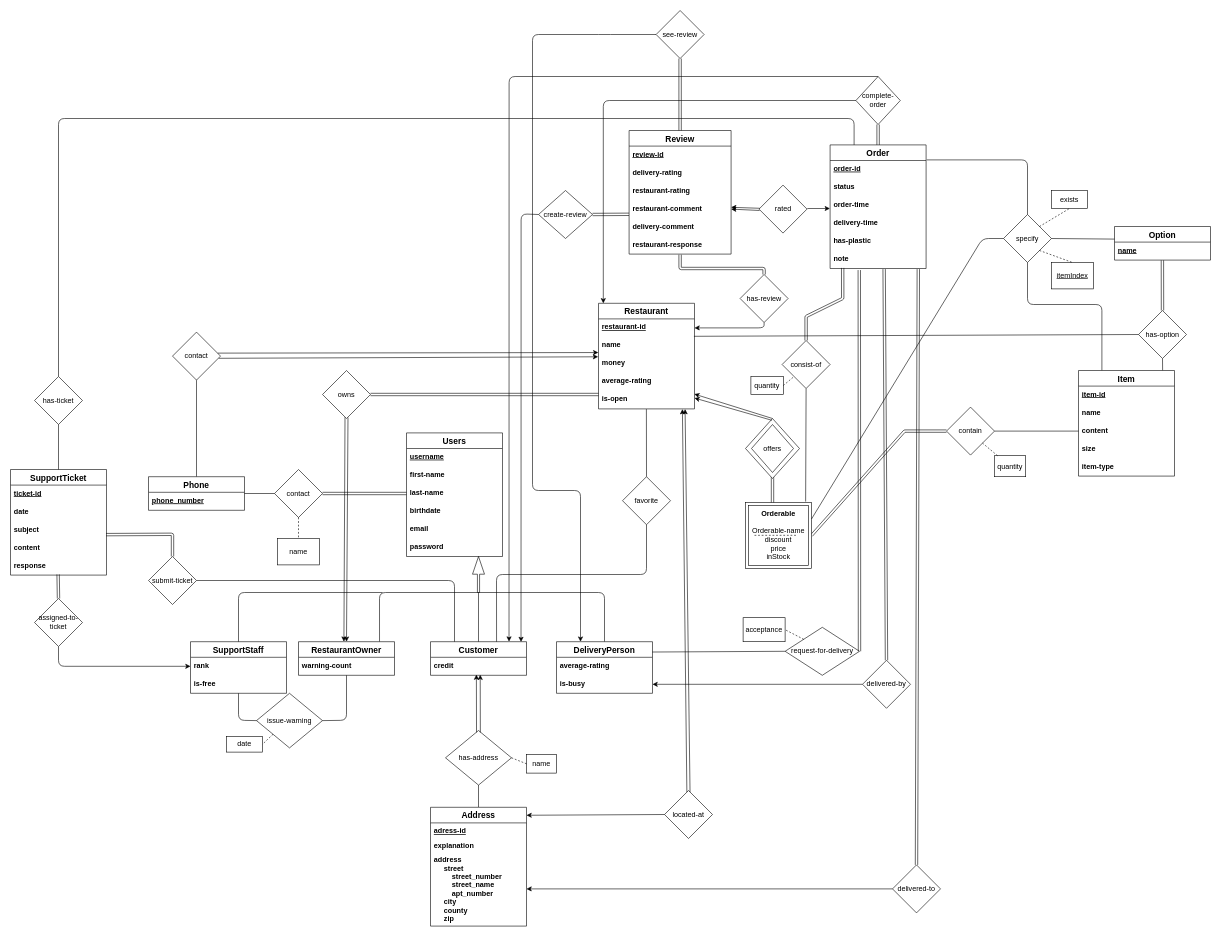
Earlier version of the draw.io diagram Proposal/FoodOrderDeliverySystemERDiagram.drawio (Bozcomlekci/CS353-Project). Source tidied: cells renumbered, new cells numbered last; positions are measured from the earlier drawing's top-left corner, leaving out a move shared by most shapes. Both pictures are drawn from the tidied source at 60%, with x=0, y=0 at pixel (10, 10).
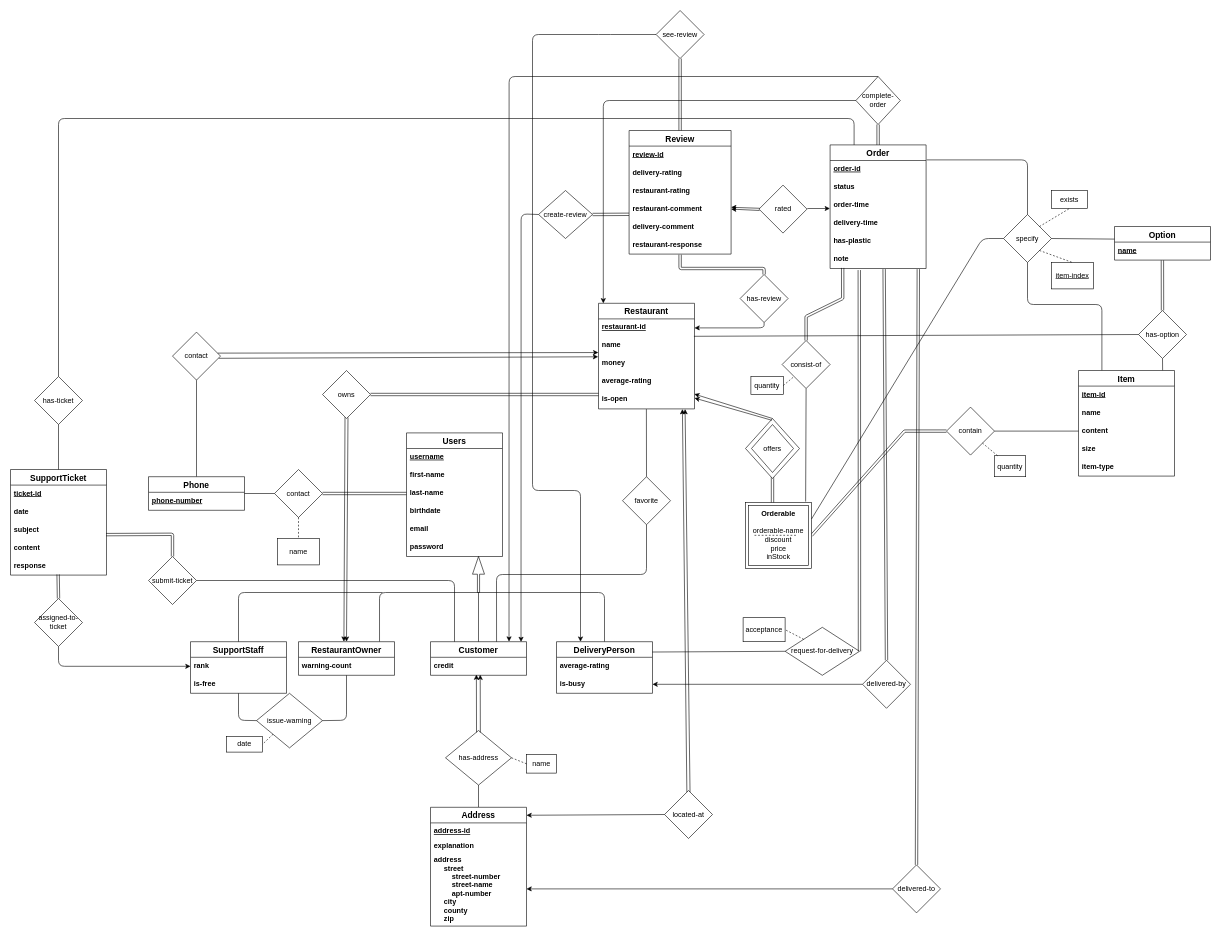
The same page after the edit.

Commit message (it also covers changes not shown here):
fix typos in er diagram

The change refers to these unchanged cells:
```xml
<mxCell id="61" value="Address" style="swimlane;fontStyle=1;horizontal=1;startSize=26;align=center;fontSize=14;" parent="1" vertex="1">
  <mxGeometry x="700" y="1328" width="160" height="198" as="geometry" />
</mxCell>
<mxCell id="65" value="Phone" style="swimlane;fontStyle=1;horizontal=1;startSize=26;align=center;fontSize=14;" parent="1" vertex="1">
  <mxGeometry x="230" y="777" width="160" height="56" as="geometry" />
</mxCell>
<mxCell id="84" style="group;" parent="1" vertex="1">
  <mxGeometry x="1225" y="820" width="125" height="110" as="geometry" />
</mxCell>
```

The edit, as a diff of the source:
```diff
@@
-    <mxCell id="62" value="adress-id" style="text;strokeColor=none;fillColor=none;spacingLeft=4;spacingRight=4;overflow=hidden;fontSize=12;fontStyle=5;" parent="61" vertex="1">
+    <mxCell id="62" value="address-id" style="text;strokeColor=none;fillColor=none;spacingLeft=4;spacingRight=4;overflow=hidden;fontSize=12;fontStyle=5;" parent="61" vertex="1">
       <mxGeometry y="26" width="160" height="24" as="geometry" />
     </mxCell>
@@
-    <mxCell id="64" value="address&#10;     street&#10;         street_number&#10;         street_name&#10;         apt_number&#10;     city&#10;     county&#10;     zip&#10;" style="text;strokeColor=none;fillColor=none;spacingLeft=4;spacingRight=4;overflow=hidden;points=[[0,0.5],[1,0.5]];portConstraint=eastwest;fontSize=12;fontStyle=1;" parent="61" vertex="1">
+    <mxCell id="64" value="address&#10;     street&#10;         street-number&#10;         street-name&#10;         apt-number&#10;     city&#10;     county&#10;     zip&#10;" style="text;strokeColor=none;fillColor=none;spacingLeft=4;spacingRight=4;overflow=hidden;points=[[0,0.5],[1,0.5]];portConstraint=eastwest;fontSize=12;fontStyle=1;" parent="61" vertex="1">
       <mxGeometry y="74" width="160" height="124" as="geometry" />
     </mxCell>
@@
-    <mxCell id="66" value="phone_number" style="text;strokeColor=none;fillColor=none;spacingLeft=4;spacingRight=4;overflow=hidden;fontSize=12;fontStyle=5;" parent="65" vertex="1">
+    <mxCell id="66" value="phone-number" style="text;strokeColor=none;fillColor=none;spacingLeft=4;spacingRight=4;overflow=hidden;fontSize=12;fontStyle=5;" parent="65" vertex="1">
       <mxGeometry y="26" width="160" height="30" as="geometry" />
     </mxCell>
@@
-    <mxCell id="85" value="&lt;b&gt;Orderable&lt;br&gt;&lt;/b&gt;&lt;br&gt;Orderable-name&lt;br&gt;discount&lt;br&gt;price&lt;br&gt;inStock" style="shape=ext;margin=3;double=1;whiteSpace=wrap;html=1;align=center;" parent="84" vertex="1">
+    <mxCell id="85" value="&lt;b&gt;Orderable&lt;br&gt;&lt;/b&gt;&lt;br&gt;orderable-name&lt;br&gt;discount&lt;br&gt;price&lt;br&gt;inStock" style="shape=ext;margin=3;double=1;whiteSpace=wrap;html=1;align=center;" parent="84" vertex="1">
       <mxGeometry width="110" height="110" as="geometry" />
     </mxCell>
@@
-    <mxCell id="124" value="&lt;u&gt;itemIndex&lt;/u&gt;" style="rounded=0;whiteSpace=wrap;html=1;direction=south;" parent="1" vertex="1">
+    <mxCell id="124" value="&lt;u&gt;item-index&lt;/u&gt;" style="rounded=0;whiteSpace=wrap;html=1;direction=south;" parent="1" vertex="1">
       <mxGeometry x="1735" y="420" width="70" height="44" as="geometry" />
     </mxCell>
```
